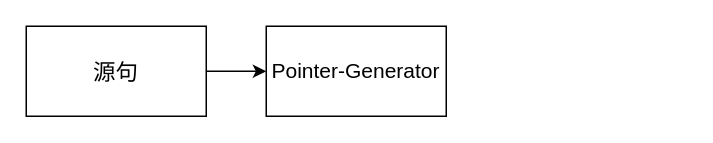
Earlier version of the draw.io diagram Framework.drawio (chosenone75/test). Source tidied: cells renumbered, new cells numbered last; positions are measured from the earlier drawing's top-left corner, leaving out a move shared by most shapes. Both pictures are drawn from the tidied source at 150%, with x=0, y=0 at pixel (26, 26).
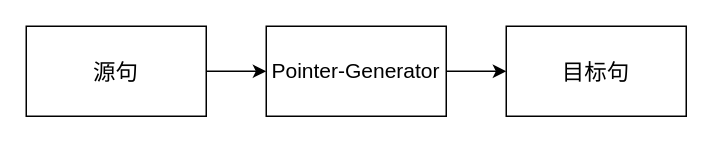
After the change.

Change to the diagram source:
```diff
@@
 <mxGraphModel>
   <root>
     <mxCell id="0" />
     <mxCell id="1" parent="0" />
     <mxCell id="2" style="edgeStyle=orthogonalEdgeStyle;rounded=0;jettySize=auto;html=1;" parent="1" edge="1" source="3">
       <mxGeometry relative="1" as="geometry">
         <mxPoint x="160" y="30" as="targetPoint" />
       </mxGeometry>
     </mxCell>
     <mxCell id="3" value="&lt;font style=&quot;font-size: 15px&quot;&gt;源句&lt;/font&gt;" style="rounded=0;whiteSpace=wrap;html=1;" parent="1" vertex="1">
       <mxGeometry width="120" height="60" as="geometry" />
     </mxCell>
+    <mxCell id="5" style="edgeStyle=orthogonalEdgeStyle;rounded=0;jettySize=auto;html=1;" parent="1" edge="1" source="4" target="6">
+      <mxGeometry relative="1" as="geometry" />
+    </mxCell>
     <mxCell id="4" value="&lt;font style=&quot;font-size: 14px&quot;&gt;Pointer-Generator&lt;/font&gt;" style="rounded=0;whiteSpace=wrap;html=1;" parent="1" vertex="1">
       <mxGeometry x="160" width="120" height="60" as="geometry" />
     </mxCell>
+    <mxCell id="6" value="&lt;span style=&quot;font-size: 15px&quot;&gt;目标句&lt;/span&gt;" style="rounded=0;whiteSpace=wrap;html=1;" parent="1" vertex="1">
+      <mxGeometry x="320" width="120" height="60" as="geometry" />
+    </mxCell>
   </root>
 </mxGraphModel>
```
